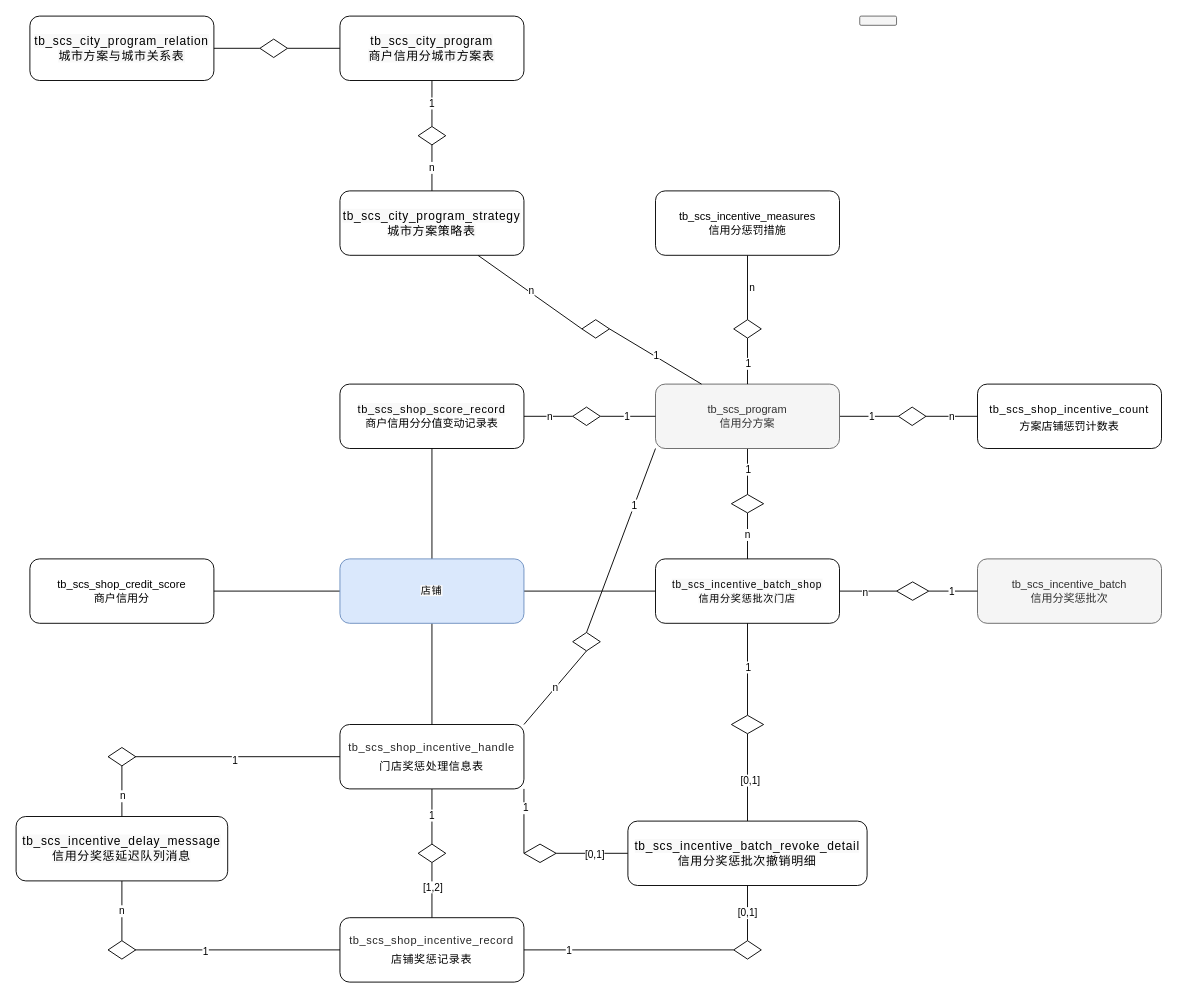
The draw.io diagram page "ER图简版" (2 of 6) of 信用分架构.drawio in jon-kong/draw.io, before the edit. Source tidied: cells renumbered, new cells numbered last; positions are measured from the earlier drawing's top-left corner, leaving out a move shared by most shapes. Both pictures are drawn from the tidied source at 92%, with x=0, y=0 at pixel (16, 16).
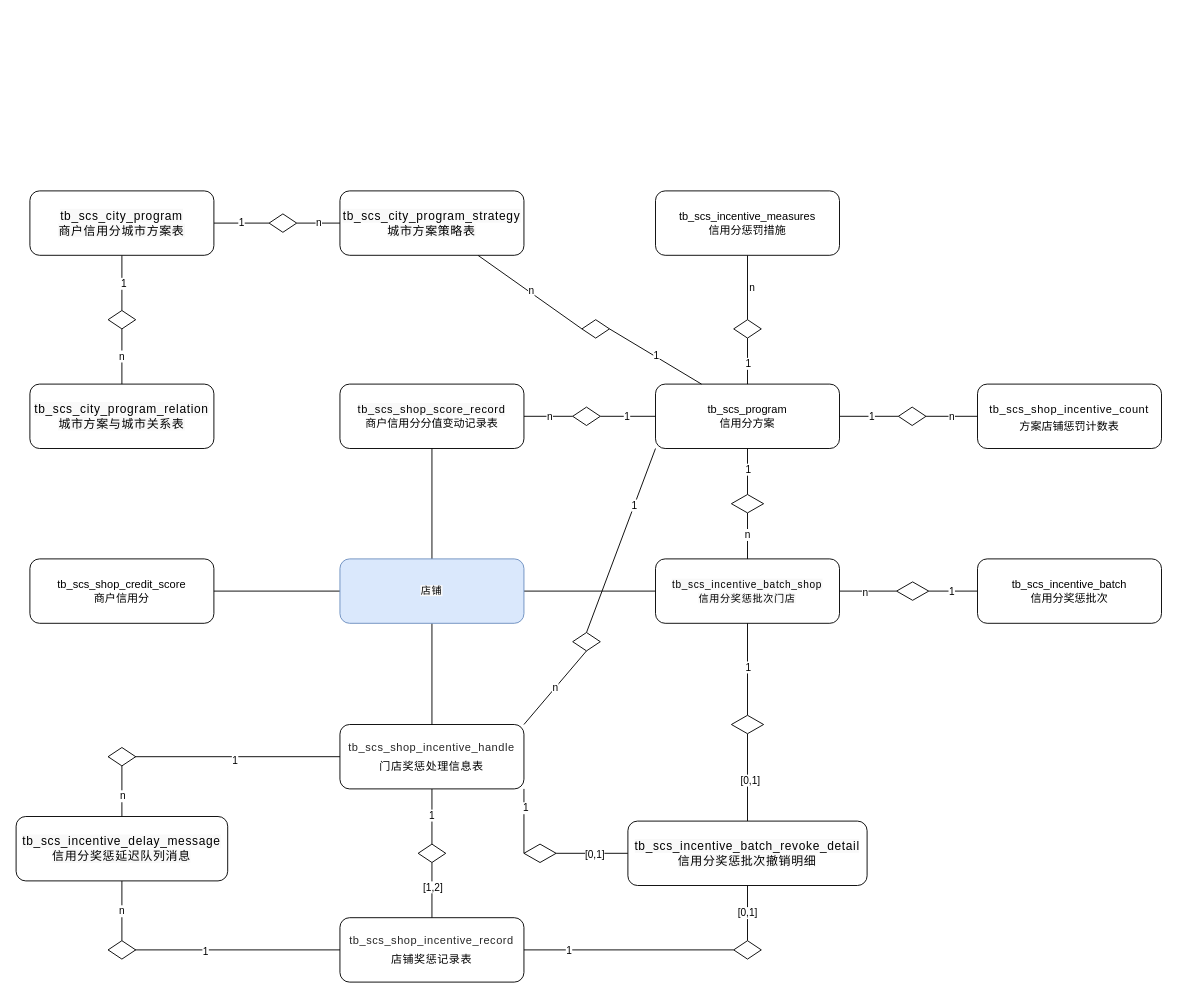
After the change.

Commit message (it also covers changes not shown here):
Update 信用分架构.drawio

Unchanged cells that the change refers to:
```xml
<mxCell id="30" value="&lt;span style=&quot;font-size: 13px ; letter-spacing: 0.7px ; background-color: rgb(249 , 249 , 249)&quot;&gt;tb_scs_city_program_strategy&lt;br&gt;&lt;/span&gt;&lt;span style=&quot;font-size: 13px ; letter-spacing: 0.7px ; background-color: rgb(249 , 249 , 249)&quot;&gt;城市方案策略表&lt;/span&gt;&lt;span style=&quot;font-size: 12px ; letter-spacing: 0.7px ; background-color: rgb(249 , 249 , 249)&quot;&gt;&lt;br&gt;&lt;/span&gt;&lt;p style=&quot;font-size: 12px ; line-height: 1.74 ; letter-spacing: 0.05em ; outline-style: none ; overflow-wrap: break-word ; margin: 0px&quot;&gt;&lt;/p&gt;" style="rounded=1;whiteSpace=wrap;html=1;fontSize=12;fontStyle=0;fontColor=#000000;" parent="1" vertex="1">
  <mxGeometry x="352" y="190" width="200" height="70" as="geometry" />
</mxCell>
```

The edit, as a diff of the source:
```diff
@@
-    <mxCell id="10" value="&lt;span style=&quot;&quot;&gt;tb_scs_program&lt;/span&gt;&lt;br style=&quot;padding: 0px; margin: 0px;&quot;&gt;&lt;span style=&quot;&quot;&gt;信用分方案&lt;/span&gt;" style="rounded=1;whiteSpace=wrap;html=1;fontStyle=0;fillColor=#f5f5f5;strokeColor=#666666;fontColor=#333333;" parent="1" vertex="1">
+    <mxCell id="10" value="&lt;span style=&quot;&quot;&gt;tb_scs_program&lt;/span&gt;&lt;br style=&quot;padding: 0px; margin: 0px;&quot;&gt;&lt;span style=&quot;&quot;&gt;信用分方案&lt;/span&gt;" style="rounded=1;whiteSpace=wrap;html=1;fontStyle=0;" parent="1" vertex="1">
       <mxGeometry x="695" y="400" width="200" height="70" as="geometry" />
     </mxCell>
@@
-    <mxCell id="14" value="&lt;span style=&quot;font-size: 12px&quot;&gt;tb_scs_incentive_batch&lt;/span&gt;&lt;br style=&quot;font-size: 12px ; padding: 0px ; margin: 0px&quot;&gt;&lt;span style=&quot;font-size: 12px&quot;&gt;信用分奖惩批次&lt;/span&gt;" style="rounded=1;html=1;strokeColor=#666666;fontColor=#333333;fontStyle=0;fontSize=11;whiteSpace=wrap;fillColor=#f5f5f5;" parent="1" vertex="1">
+    <mxCell id="14" value="&lt;span style=&quot;font-size: 12px&quot;&gt;tb_scs_incentive_batch&lt;/span&gt;&lt;br style=&quot;font-size: 12px ; padding: 0px ; margin: 0px&quot;&gt;&lt;span style=&quot;font-size: 12px&quot;&gt;信用分奖惩批次&lt;/span&gt;" style="rounded=1;html=1;fontStyle=0;fontSize=11;whiteSpace=wrap;" parent="1" vertex="1">
       <mxGeometry x="1045" y="590" width="200" height="70" as="geometry" />
     </mxCell>
@@
-    <mxCell id="24" value="1" style="edgeStyle=none;rounded=0;jettySize=auto;html=1;exitX=0.5;exitY=1;exitDx=0;exitDy=0;entryX=0.5;entryY=0;entryDx=0;entryDy=0;endArrow=none;endFill=0;" parent="1" edge="1" source="26" target="71">
+    <mxCell id="24" value="1" style="edgeStyle=none;rounded=0;jettySize=auto;html=1;exitX=1;exitY=0.5;exitDx=0;exitDy=0;entryX=0;entryY=0.5;entryDx=0;entryDy=0;endArrow=none;endFill=0;" parent="1" edge="1" source="26" target="71">
       <mxGeometry relative="1" as="geometry" />
     </mxCell>
-    <mxCell id="25" style="edgeStyle=none;rounded=0;jettySize=auto;html=1;exitX=0;exitY=0.5;exitDx=0;exitDy=0;entryX=1;entryY=0.5;entryDx=0;entryDy=0;endArrow=none;endFill=0;" parent="1" edge="1" source="26" target="73">
+    <mxCell id="25" style="edgeStyle=none;rounded=0;jettySize=auto;html=1;exitX=0.5;exitY=1;exitDx=0;exitDy=0;entryX=0.5;entryY=0;entryDx=0;entryDy=0;endArrow=none;endFill=0;" parent="1" edge="1" source="26" target="73">
       <mxGeometry relative="1" as="geometry" />
     </mxCell>
+    <mxCell id="90" value="1" style="edgeLabel;html=1;align=center;verticalAlign=middle;" parent="25" vertex="1">
+      <mxGeometry x="-0.01" y="1" relative="1" as="geometry" />
+    </mxCell>
     <mxCell id="26" value="&lt;span style=&quot;font-size: 13px; letter-spacing: 0.7px; background-color: rgb(249, 249, 249);&quot;&gt;tb_scs_city_program&lt;/span&gt;&lt;span style=&quot;font-size: 12px ; letter-spacing: 0.7px ; background-color: rgb(249 , 249 , 249)&quot;&gt;&lt;br&gt;&lt;/span&gt;&lt;span style=&quot;font-size: 13px; letter-spacing: 0.7px; background-color: rgb(249, 249, 249);&quot;&gt;商户信用分城市方案表&lt;/span&gt;&lt;span style=&quot;font-size: 12px ; letter-spacing: 0.7px ; background-color: rgb(249 , 249 , 249)&quot;&gt;&lt;br&gt;&lt;/span&gt;&lt;p style=&quot;font-size: 12px; line-height: 1.74; letter-spacing: 0.05em; outline-style: none; overflow-wrap: break-word; margin: 0px;&quot;&gt;&lt;/p&gt;" style="rounded=1;whiteSpace=wrap;html=1;fontSize=12;fontStyle=0;fontColor=#000000;" parent="1" vertex="1">
-      <mxGeometry x="352" width="200" height="70" as="geometry" />
+      <mxGeometry x="15" y="190" width="200" height="70" as="geometry" />
     </mxCell>
     <mxCell id="27" value="&lt;span style=&quot;font-size: 13px ; letter-spacing: 0.7px ; background-color: rgb(249 , 249 , 249)&quot;&gt;tb_scs_city_program_relation&lt;br&gt;&lt;/span&gt;&lt;span style=&quot;font-size: 13px ; letter-spacing: 0.7px ; background-color: rgb(249 , 249 , 249)&quot;&gt;城市方案与城市关系表&lt;/span&gt;&lt;span style=&quot;font-size: 12px ; letter-spacing: 0.7px ; background-color: rgb(249 , 249 , 249)&quot;&gt;&lt;br&gt;&lt;/span&gt;&lt;p style=&quot;font-size: 12px ; line-height: 1.74 ; letter-spacing: 0.05em ; outline-style: none ; overflow-wrap: break-word ; margin: 0px&quot;&gt;&lt;/p&gt;" style="rounded=1;whiteSpace=wrap;html=1;fontSize=12;fontStyle=0;fontColor=#000000;" parent="1" vertex="1">
-      <mxGeometry x="15" width="200" height="70" as="geometry" />
+      <mxGeometry x="15" y="400" width="200" height="70" as="geometry" />
     </mxCell>
@@
-    <mxCell id="70" value="n" style="edgeStyle=none;rounded=0;jettySize=auto;html=1;exitX=0.5;exitY=1;exitDx=0;exitDy=0;entryX=0.5;entryY=0;entryDx=0;entryDy=0;endArrow=none;endFill=0;" parent="1" edge="1" source="71" target="30">
+    <mxCell id="70" value="n" style="edgeStyle=none;rounded=0;jettySize=auto;html=1;exitX=1;exitY=0.5;exitDx=0;exitDy=0;entryX=0;entryY=0.5;entryDx=0;entryDy=0;endArrow=none;endFill=0;" parent="1" edge="1" source="71" target="30">
       <mxGeometry relative="1" as="geometry" />
     </mxCell>
     <mxCell id="71" style="rhombus;whiteSpace=wrap;html=1;" parent="1" vertex="1">
-      <mxGeometry x="437" y="120" width="30" height="20" as="geometry" />
+      <mxGeometry x="275" y="215" width="30" height="20" as="geometry" />
     </mxCell>
-    <mxCell id="72" style="edgeStyle=none;rounded=0;jettySize=auto;html=1;exitX=0;exitY=0.5;exitDx=0;exitDy=0;entryX=1;entryY=0.5;entryDx=0;entryDy=0;endArrow=none;endFill=0;" parent="1" edge="1" source="73" target="27">
+    <mxCell id="72" value="n" style="edgeStyle=none;rounded=0;jettySize=auto;html=1;exitX=0.5;exitY=1;exitDx=0;exitDy=0;entryX=0.5;entryY=0;entryDx=0;entryDy=0;endArrow=none;endFill=0;" parent="1" edge="1" source="73" target="27">
       <mxGeometry relative="1" as="geometry" />
     </mxCell>
     <mxCell id="73" style="rhombus;whiteSpace=wrap;html=1;" parent="1" vertex="1">
-      <mxGeometry x="265" y="25" width="30" height="20" as="geometry" />
+      <mxGeometry x="100" y="320" width="30" height="20" as="geometry" />
     </mxCell>
@@
-    <mxCell id="80" style="rounded=1;whiteSpace=wrap;html=1;fontStyle=0;fillColor=#f5f5f5;strokeColor=#666666;fontColor=#333333;" parent="1" vertex="1">
-      <mxGeometry x="917" width="40" height="10" as="geometry" />
-    </mxCell>
```
